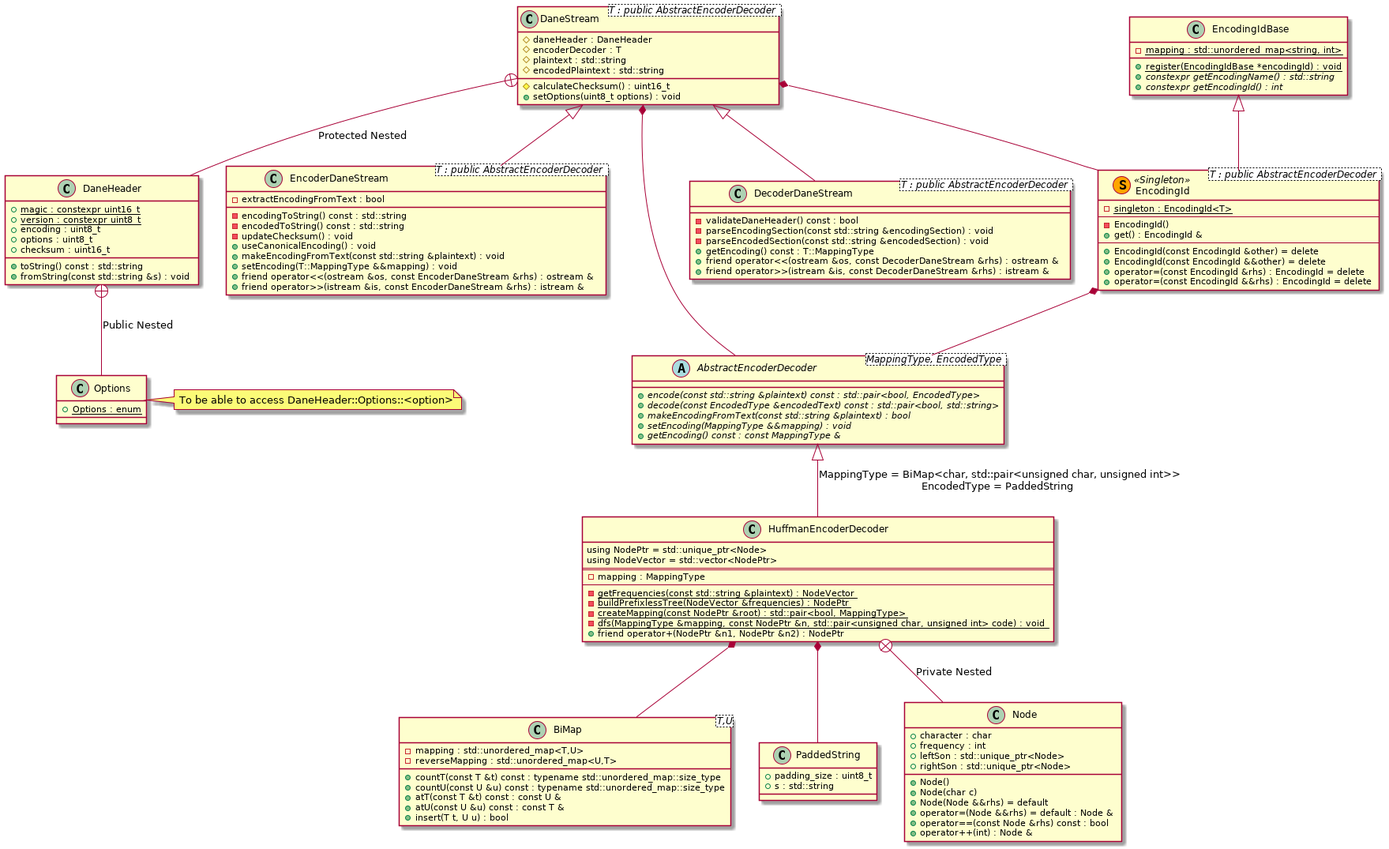
Earlier version of the PlantUML export docs/design_uml.png (dan1994/cpp--dane).
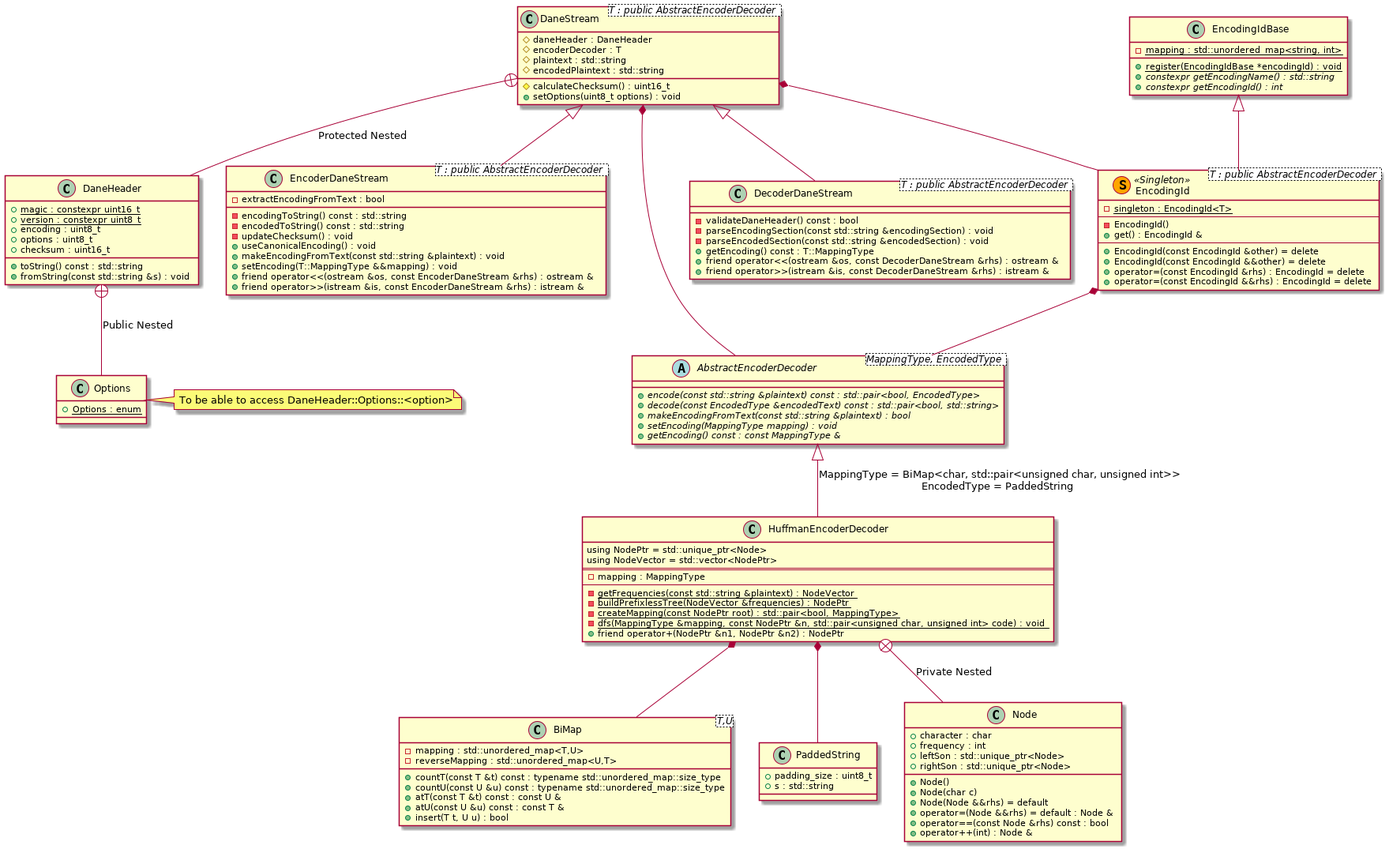
The same diagram one commit later.

Diff of the diagram source:
```diff
@@ -18,7 +18,7 @@
 	+ {method}	{abstract} encode(const std::string &plaintext) const : std::pair<bool, EncodedType>
 	+ {method}	{abstract} decode(const EncodedType &encodedText) const : std::pair<bool, std::string>
 	+ {method}	{abstract} makeEncodingFromText(const std::string &plaintext) : bool
-	+ {method}	{abstract} setEncoding(MappingType &&mapping) : void
+	+ {method}	{abstract} setEncoding(MappingType mapping) : void
 	+ {method}	{abstract} getEncoding() const : const MappingType &
 }
 
@@ -34,7 +34,7 @@
 	--
 	- {method}	{static} getFrequencies(const std::string &plaintext) : NodeVector
 	- {method}	{static} buildPrefixlessTree(NodeVector &frequencies) : NodePtr
-	- {method}	{static} createMapping(const NodePtr &root) : std::pair<bool, MappingType>
+	- {method}	{static} createMapping(const NodePtr root) : std::pair<bool, MappingType>
 	- {method}	{static} dfs(MappingType &mapping, const NodePtr &n, std::pair<unsigned char, unsigned int> code) : void
 	+ {method}	friend operator+(NodePtr &n1, NodePtr &n2) : NodePtr
 }
```
